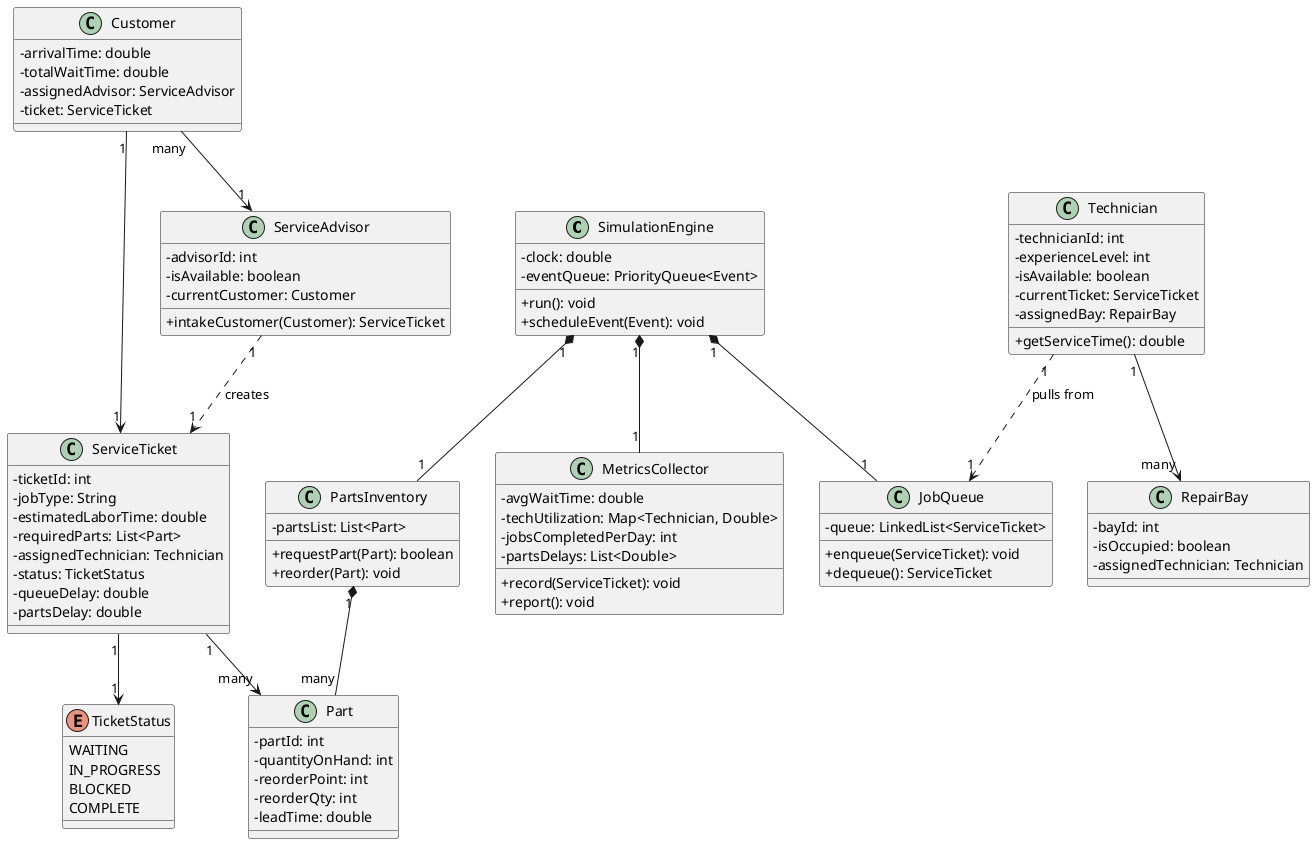
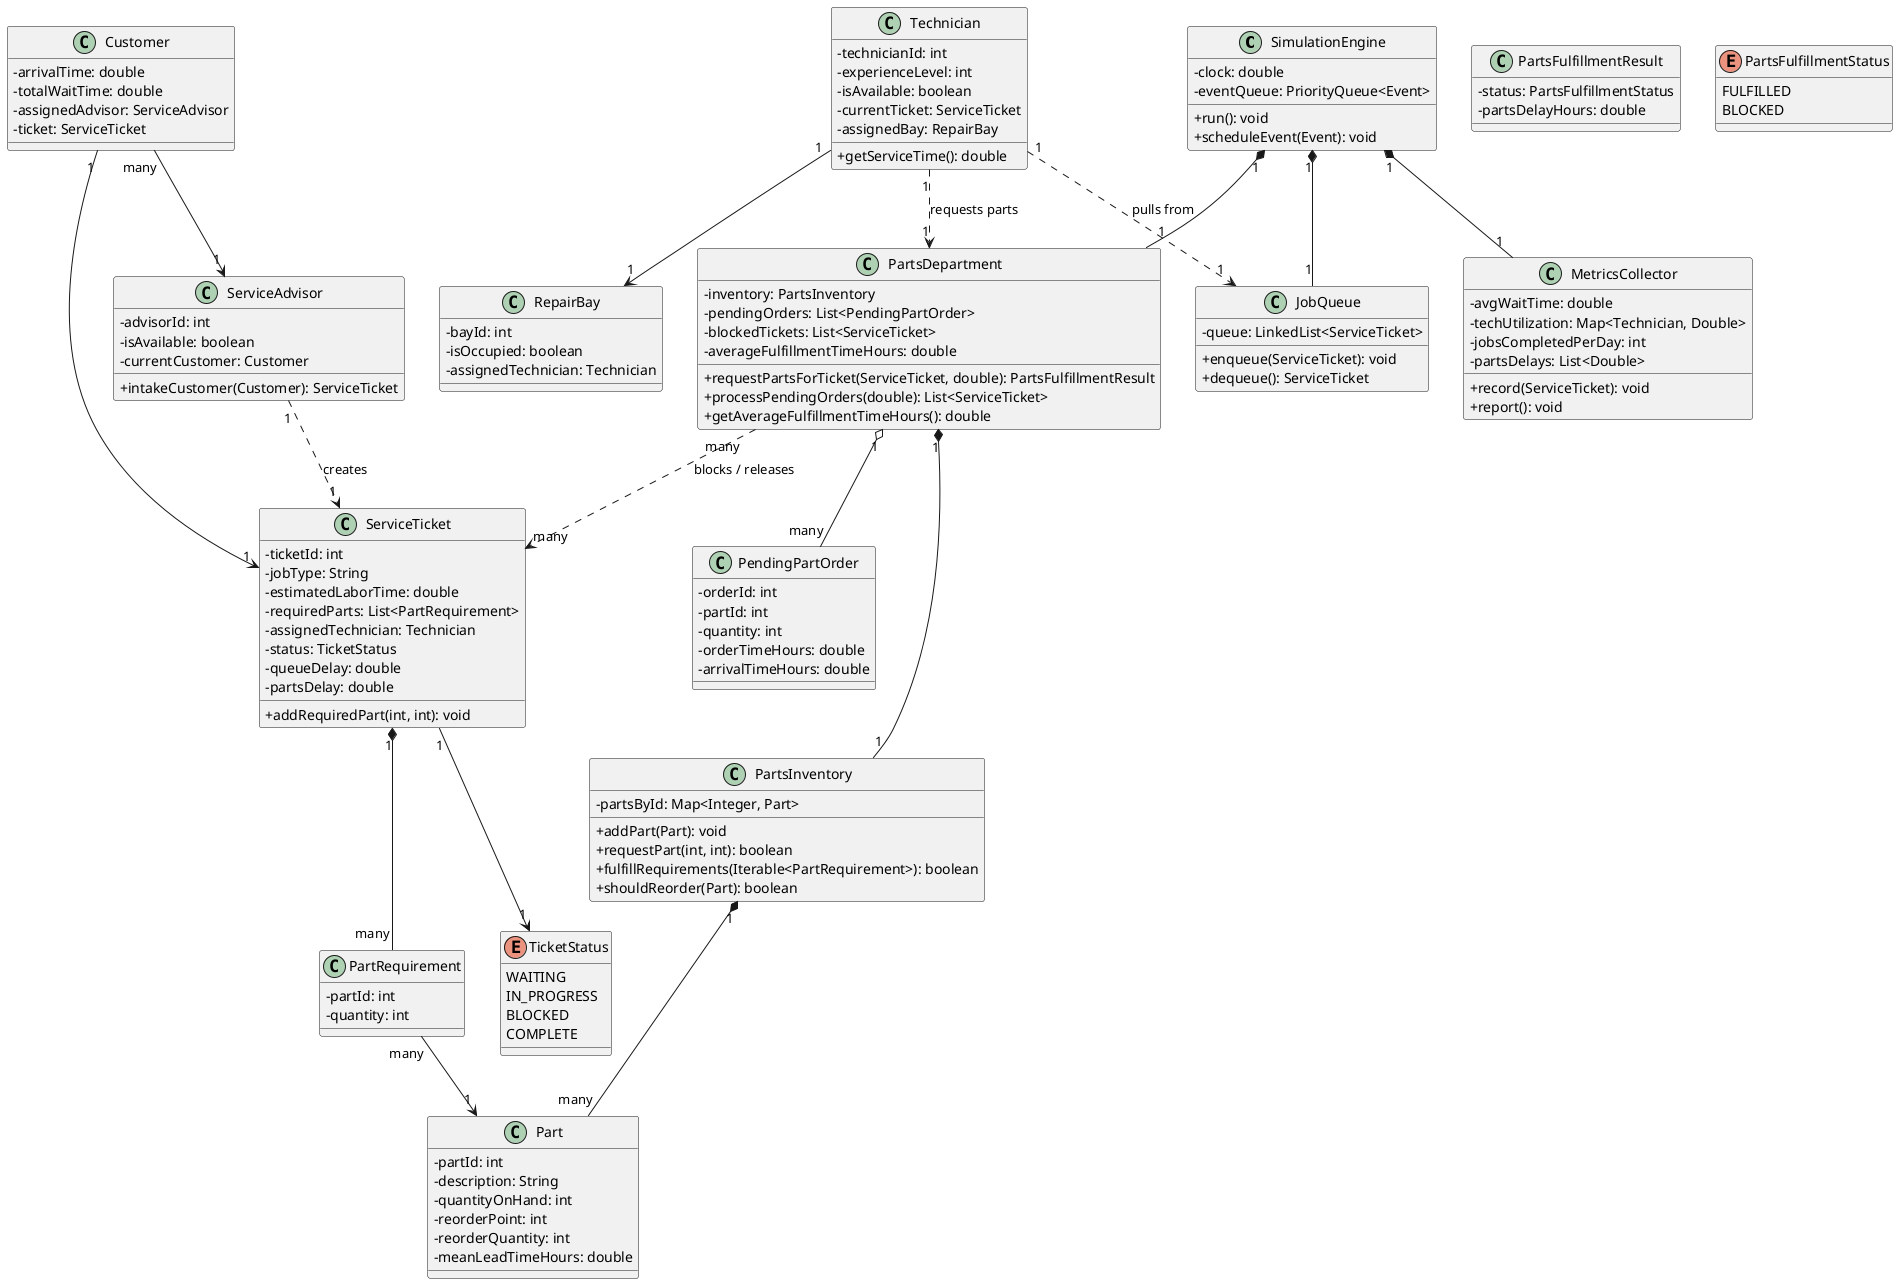
@startuml ClassDiagram

skinparam classAttributeIconSize 0

class SimulationEngine {
    - clock: double
    - eventQueue: PriorityQueue<Event>
    + run(): void
    + scheduleEvent(Event): void
}

class Customer {
    - arrivalTime: double
    - totalWaitTime: double
    - assignedAdvisor: ServiceAdvisor
    - ticket: ServiceTicket
}

class ServiceAdvisor {
    - advisorId: int
    - isAvailable: boolean
    - currentCustomer: Customer
    + intakeCustomer(Customer): ServiceTicket
}

class ServiceTicket {
    - ticketId: int
    - jobType: String
    - estimatedLaborTime: double
-     - requiredParts: List<Part>
+     - requiredParts: List<PartRequirement>
    - assignedTechnician: Technician
    - status: TicketStatus
    - queueDelay: double
    - partsDelay: double
+     + addRequiredPart(int, int): void
+ }
+ 
+ class PartRequirement {
+     - partId: int
+     - quantity: int
}

enum TicketStatus {
    WAITING
    IN_PROGRESS
    BLOCKED
    COMPLETE
}

class Technician {
    - technicianId: int
    - experienceLevel: int
    - isAvailable: boolean
    - currentTicket: ServiceTicket
    - assignedBay: RepairBay
    + getServiceTime(): double
}

class RepairBay {
    - bayId: int
    - isOccupied: boolean
    - assignedTechnician: Technician
}

+ class PartsDepartment {
+     - inventory: PartsInventory
+     - pendingOrders: List<PendingPartOrder>
+     - blockedTickets: List<ServiceTicket>
+     - averageFulfillmentTimeHours: double
+     + requestPartsForTicket(ServiceTicket, double): PartsFulfillmentResult
+     + processPendingOrders(double): List<ServiceTicket>
+     + getAverageFulfillmentTimeHours(): double
+ }
+ 
class PartsInventory {
-     - partsList: List<Part>
-     + requestPart(Part): boolean
-     + reorder(Part): void
+     - partsById: Map<Integer, Part>
+     + addPart(Part): void
+     + requestPart(int, int): boolean
+     + fulfillRequirements(Iterable<PartRequirement>): boolean
+     + shouldReorder(Part): boolean
}

class Part {
    - partId: int
+     - description: String
    - quantityOnHand: int
    - reorderPoint: int
-     - reorderQty: int
-     - leadTime: double
+     - reorderQuantity: int
+     - meanLeadTimeHours: double
+ }
+ 
+ class PendingPartOrder {
+     - orderId: int
+     - partId: int
+     - quantity: int
+     - orderTimeHours: double
+     - arrivalTimeHours: double
+ }
+ 
+ class PartsFulfillmentResult {
+     - status: PartsFulfillmentStatus
+     - partsDelayHours: double
+ }
+ 
+ enum PartsFulfillmentStatus {
+     FULFILLED
+     BLOCKED
}

class JobQueue {
    - queue: LinkedList<ServiceTicket>
    + enqueue(ServiceTicket): void
    + dequeue(): ServiceTicket
}

class MetricsCollector {
    - avgWaitTime: double
    - techUtilization: Map<Technician, Double>
    - jobsCompletedPerDay: int
    - partsDelays: List<Double>
    + record(ServiceTicket): void
    + report(): void
}

SimulationEngine "1" *-- "1" JobQueue
SimulationEngine "1" *-- "1" MetricsCollector
- SimulationEngine "1" *-- "1" PartsInventory
+ SimulationEngine "1" *-- "1" PartsDepartment
+ PartsDepartment "1" *-- "1" PartsInventory
+ PartsDepartment "1" o-- "many" PendingPartOrder
+ PartsDepartment "many" ..> "many" ServiceTicket : blocks / releases
Customer "1" --> "1" ServiceTicket
Customer "many" --> "1" ServiceAdvisor
ServiceAdvisor "1" ..> "1" ServiceTicket : creates
- ServiceTicket "1" --> "many" Part
+ ServiceTicket "1" *-- "many" PartRequirement
+ PartRequirement "many" --> "1" Part
ServiceTicket "1" --> "1" TicketStatus
- Technician "1" --> "many" RepairBay
+ Technician "1" --> "1" RepairBay
Technician "1" ..> "1" JobQueue : pulls from
+ Technician "1" ..> "1" PartsDepartment : requests parts
PartsInventory "1" *-- "many" Part

- @enduml+ @enduml
